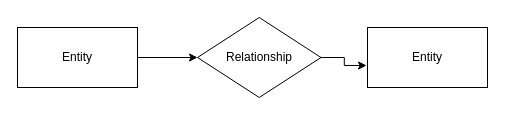
Above: 학사관리시스템.drawio in ssklpp/Devsign (draw.io), before the change. Source tidied: cells renumbered, new cells numbered last; positions are measured from the earlier drawing's top-left corner, leaving out a move shared by most shapes. Both pictures are drawn from the tidied source at 100%, with x=0, y=0 at pixel (17, 17).
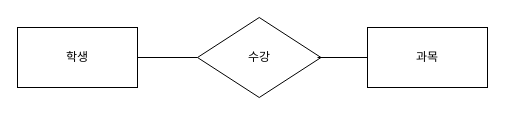
The same page after the edit.

Commit message (it also covers changes not shown here):
학사관리시스템.drawio 업데이트

Diff of the diagram source:
```diff
@@
 <mxGraphModel>
   <root>
     <mxCell id="0" />
     <mxCell id="1" parent="0" />
-    <mxCell id="2" style="edgeStyle=orthogonalEdgeStyle;rounded=0;jettySize=auto;html=1;exitX=1;exitY=0.5;exitDx=0;exitDy=0;" parent="1" edge="1" source="3" target="6">
-      <mxGeometry relative="1" as="geometry" />
-    </mxCell>
-    <mxCell id="3" value="Entity" style="rounded=0;whiteSpace=wrap;html=1;" parent="1" vertex="1">
+    <mxCell id="3" value="학생" style="rounded=0;whiteSpace=wrap;html=1;" parent="1" vertex="1">
       <mxGeometry y="10" width="120" height="60" as="geometry" />
     </mxCell>
-    <mxCell id="4" value="Entity" style="rounded=0;whiteSpace=wrap;html=1;" parent="1" vertex="1">
+    <mxCell id="4" value="과목" style="rounded=0;whiteSpace=wrap;html=1;" parent="1" vertex="1">
       <mxGeometry x="350" y="10" width="120" height="60" as="geometry" />
     </mxCell>
-    <mxCell id="5" style="edgeStyle=orthogonalEdgeStyle;rounded=0;jettySize=auto;html=1;entryX=-0.008;entryY=0.633;entryDx=0;entryDy=0;entryPerimeter=0;" parent="1" edge="1" source="6" target="4">
-      <mxGeometry relative="1" as="geometry" />
-    </mxCell>
-    <mxCell id="6" value="Relationship" style="rhombus;whiteSpace=wrap;html=1;" parent="1" vertex="1">
+    <mxCell id="6" value="수강" style="rhombus;whiteSpace=wrap;html=1;" parent="1" vertex="1">
       <mxGeometry x="180" width="123.5" height="80" as="geometry" />
     </mxCell>
+    <mxCell id="2" style="endArrow=none;html=1;rounded=0;entryX=0;entryY=0.5;entryDx=0;entryDy=0;exitX=1;exitY=0.5;exitDx=0;exitDy=0;" parent="1" edge="1" source="3" target="6">
+      <mxGeometry relative="1" as="geometry" />
+    </mxCell>
+    <mxCell id="7" style="endArrow=none;html=1;rounded=0;entryX=0;entryY=0.5;entryDx=0;entryDy=0;exitX=1;exitY=0.5;exitDx=0;exitDy=0;" parent="1" edge="1" target="4">
+      <mxGeometry relative="1" as="geometry">
+        <mxPoint x="300" y="40" as="sourcePoint" />
+      </mxGeometry>
+    </mxCell>
   </root>
 </mxGraphModel>
```
